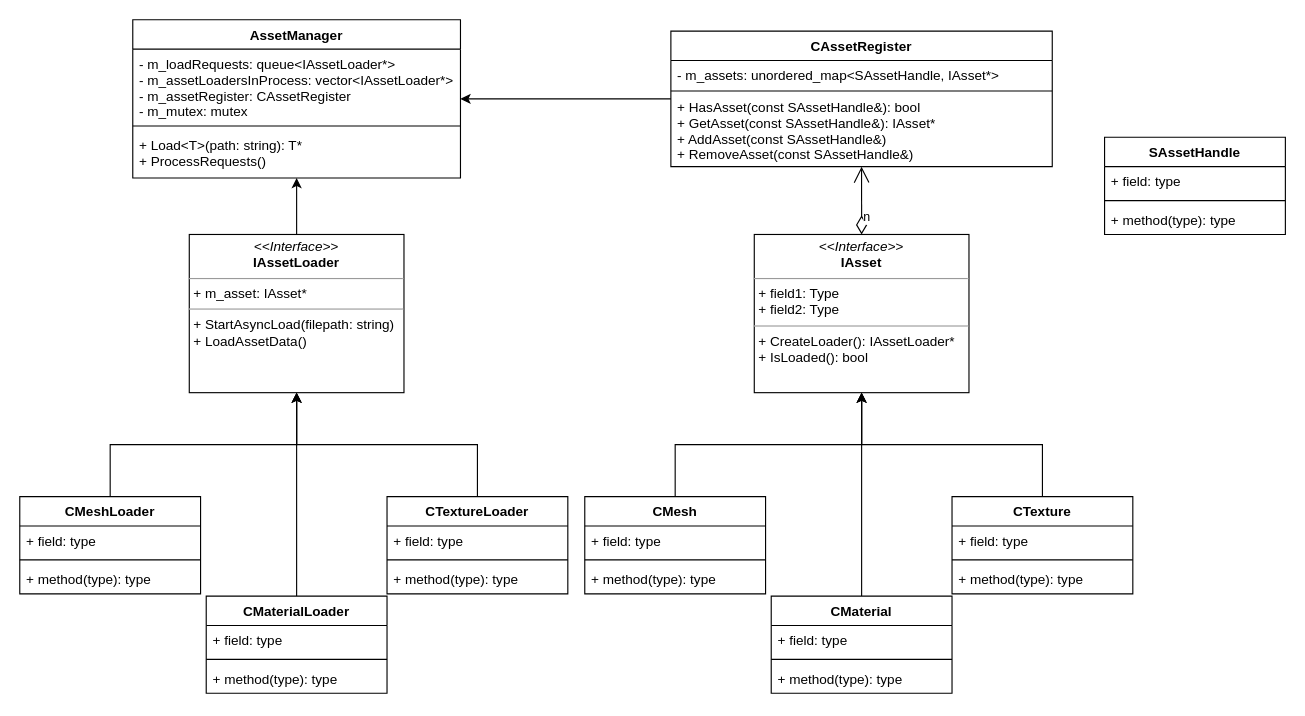
Earlier version of the draw.io diagram doc/AssetSystemDiagram.drawio (sergiodrm/GameEngine). Source tidied: cells renumbered, new cells numbered last; positions are measured from the earlier drawing's top-left corner, leaving out a move shared by most shapes. Both pictures are drawn from the tidied source at 113%, with x=0, y=0 at pixel (19, 19).
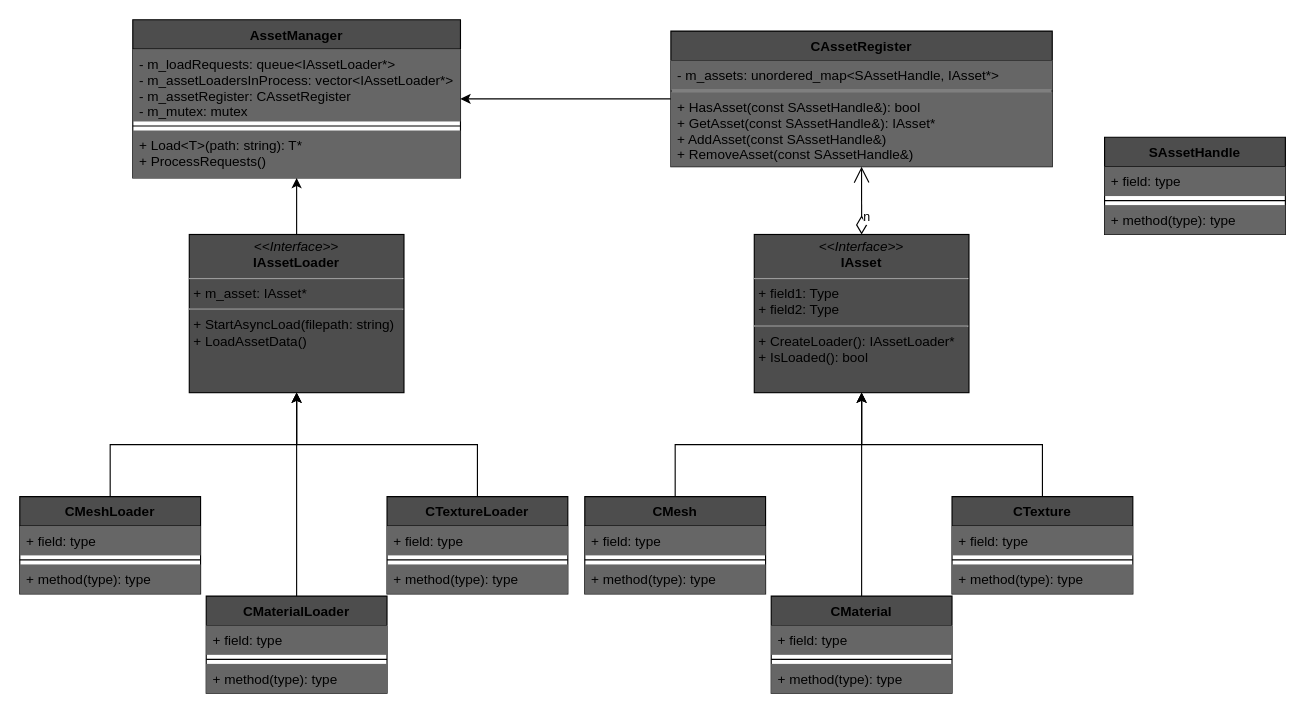
The same diagram, later.

Change to the diagram source:
```diff
@@
-    <mxCell id="2" value="AssetManager" style="swimlane;fontStyle=1;align=center;verticalAlign=top;horizontal=1;startSize=26;" parent="1" vertex="1">
+    <mxCell id="2" value="AssetManager" style="swimlane;fontStyle=1;align=center;verticalAlign=top;horizontal=1;startSize=26;fillColor=#4D4D4D;" parent="1" vertex="1">
       <mxGeometry x="100" width="290" height="140" as="geometry" />
     </mxCell>
-    <mxCell id="3" value="- m_loadRequests: queue&lt;IAssetLoader*&gt;&#10;- m_assetLoadersInProcess: vector&lt;IAssetLoader*&gt;&#10;- m_assetRegister: CAssetRegister&#10;- m_mutex: mutex" style="text;strokeColor=none;fillColor=none;align=left;verticalAlign=top;spacingLeft=4;spacingRight=4;overflow=hidden;" parent="2" vertex="1">
+    <mxCell id="3" value="- m_loadRequests: queue&lt;IAssetLoader*&gt;&#10;- m_assetLoadersInProcess: vector&lt;IAssetLoader*&gt;&#10;- m_assetRegister: CAssetRegister&#10;- m_mutex: mutex" style="text;strokeColor=none;fillColor=#666666;align=left;verticalAlign=top;spacingLeft=4;spacingRight=4;overflow=hidden;" parent="2" vertex="1">
       <mxGeometry y="26" width="290" height="64" as="geometry" />
     </mxCell>
-    <mxCell id="4" style="line;strokeWidth=1;fillColor=none;align=left;verticalAlign=middle;spacingTop=-1;spacingLeft=3;spacingRight=3;labelPosition=right;" parent="2" vertex="1">
+    <mxCell id="4" style="line;strokeWidth=1;fillColor=#666666;align=left;verticalAlign=middle;spacingTop=-1;spacingLeft=3;spacingRight=3;labelPosition=right;" parent="2" vertex="1">
       <mxGeometry y="90" width="290" height="8" as="geometry" />
     </mxCell>
-    <mxCell id="5" value="+ Load&lt;T&gt;(path: string): T*&#10;+ ProcessRequests()" style="text;strokeColor=none;fillColor=none;align=left;verticalAlign=top;spacingLeft=4;spacingRight=4;overflow=hidden;" parent="2" vertex="1">
+    <mxCell id="5" value="+ Load&lt;T&gt;(path: string): T*&#10;+ ProcessRequests()" style="text;strokeColor=none;fillColor=#666666;align=left;verticalAlign=top;spacingLeft=4;spacingRight=4;overflow=hidden;" parent="2" vertex="1">
       <mxGeometry y="98" width="290" height="42" as="geometry" />
     </mxCell>
-    <mxCell id="6" value="&lt;p style=&quot;margin: 0px ; margin-top: 4px ; text-align: center&quot;&gt;&lt;i&gt;&amp;lt;&amp;lt;Interface&amp;gt;&amp;gt;&lt;/i&gt;&lt;br&gt;&lt;b&gt;IAsset&lt;/b&gt;&lt;/p&gt;&lt;hr size=&quot;1&quot;&gt;&lt;p style=&quot;margin: 0px ; margin-left: 4px&quot;&gt;+ field1: Type&lt;br&gt;+ field2: Type&lt;/p&gt;&lt;hr size=&quot;1&quot;&gt;&lt;p style=&quot;margin: 0px ; margin-left: 4px&quot;&gt;+ CreateLoader(): IAssetLoader*&lt;/p&gt;&lt;p style=&quot;margin: 0px ; margin-left: 4px&quot;&gt;+ IsLoaded(): bool&lt;/p&gt;" style="verticalAlign=top;align=left;overflow=fill;fontSize=12;fontFamily=Helvetica;html=1;" parent="1" vertex="1">
+    <mxCell id="6" value="&lt;p style=&quot;margin: 0px ; margin-top: 4px ; text-align: center&quot;&gt;&lt;i&gt;&amp;lt;&amp;lt;Interface&amp;gt;&amp;gt;&lt;/i&gt;&lt;br&gt;&lt;b&gt;IAsset&lt;/b&gt;&lt;/p&gt;&lt;hr size=&quot;1&quot;&gt;&lt;p style=&quot;margin: 0px ; margin-left: 4px&quot;&gt;+ field1: Type&lt;br&gt;+ field2: Type&lt;/p&gt;&lt;hr size=&quot;1&quot;&gt;&lt;p style=&quot;margin: 0px ; margin-left: 4px&quot;&gt;+ CreateLoader(): IAssetLoader*&lt;/p&gt;&lt;p style=&quot;margin: 0px ; margin-left: 4px&quot;&gt;+ IsLoaded(): bool&lt;/p&gt;" style="verticalAlign=top;align=left;overflow=fill;fontSize=12;fontFamily=Helvetica;html=1;fillColor=#4D4D4D;" parent="1" vertex="1">
       <mxGeometry x="650" y="190" width="190" height="140" as="geometry" />
     </mxCell>
-    <mxCell id="7" style="edgeStyle=orthogonalEdgeStyle;rounded=0;jettySize=auto;html=1;entryX=0.5;entryY=1;entryDx=0;entryDy=0;" parent="1" edge="1" source="8" target="6">
+    <mxCell id="7" style="edgeStyle=orthogonalEdgeStyle;rounded=0;jettySize=auto;html=1;entryX=0.5;entryY=1;entryDx=0;entryDy=0;fillColor=#666666;" parent="1" edge="1" source="8" target="6">
       <mxGeometry relative="1" as="geometry" />
     </mxCell>
-    <mxCell id="8" value="CMesh" style="swimlane;fontStyle=1;align=center;verticalAlign=top;horizontal=1;startSize=26;" parent="1" vertex="1">
+    <mxCell id="8" value="CMesh" style="swimlane;fontStyle=1;align=center;verticalAlign=top;horizontal=1;startSize=26;fillColor=#4D4D4D;" parent="1" vertex="1">
       <mxGeometry x="500" y="422" width="160" height="86" as="geometry" />
     </mxCell>
-    <mxCell id="9" value="+ field: type" style="text;strokeColor=none;fillColor=none;align=left;verticalAlign=top;spacingLeft=4;spacingRight=4;overflow=hidden;" parent="8" vertex="1">
+    <mxCell id="9" value="+ field: type" style="text;strokeColor=none;fillColor=#666666;align=left;verticalAlign=top;spacingLeft=4;spacingRight=4;overflow=hidden;" parent="8" vertex="1">
       <mxGeometry y="26" width="160" height="26" as="geometry" />
     </mxCell>
-    <mxCell id="10" style="line;strokeWidth=1;fillColor=none;align=left;verticalAlign=middle;spacingTop=-1;spacingLeft=3;spacingRight=3;labelPosition=right;" parent="8" vertex="1">
+    <mxCell id="10" style="line;strokeWidth=1;fillColor=#666666;align=left;verticalAlign=middle;spacingTop=-1;spacingLeft=3;spacingRight=3;labelPosition=right;" parent="8" vertex="1">
       <mxGeometry y="52" width="160" height="8" as="geometry" />
     </mxCell>
-    <mxCell id="11" value="+ method(type): type" style="text;strokeColor=none;fillColor=none;align=left;verticalAlign=top;spacingLeft=4;spacingRight=4;overflow=hidden;" parent="8" vertex="1">
+    <mxCell id="11" value="+ method(type): type" style="text;strokeColor=none;fillColor=#666666;align=left;verticalAlign=top;spacingLeft=4;spacingRight=4;overflow=hidden;" parent="8" vertex="1">
       <mxGeometry y="60" width="160" height="26" as="geometry" />
     </mxCell>
-    <mxCell id="12" style="edgeStyle=orthogonalEdgeStyle;rounded=0;jettySize=auto;html=1;entryX=0.5;entryY=1;entryDx=0;entryDy=0;" parent="1" edge="1" source="13" target="6">
+    <mxCell id="12" style="edgeStyle=orthogonalEdgeStyle;rounded=0;jettySize=auto;html=1;entryX=0.5;entryY=1;entryDx=0;entryDy=0;fillColor=#666666;" parent="1" edge="1" source="13" target="6">
       <mxGeometry relative="1" as="geometry" />
     </mxCell>
-    <mxCell id="13" value="CTexture" style="swimlane;fontStyle=1;align=center;verticalAlign=top;horizontal=1;startSize=26;" parent="1" vertex="1">
+    <mxCell id="13" value="CTexture" style="swimlane;fontStyle=1;align=center;verticalAlign=top;horizontal=1;startSize=26;fillColor=#4D4D4D;" parent="1" vertex="1">
       <mxGeometry x="825" y="422" width="160" height="86" as="geometry" />
     </mxCell>
-    <mxCell id="14" value="+ field: type" style="text;strokeColor=none;fillColor=none;align=left;verticalAlign=top;spacingLeft=4;spacingRight=4;overflow=hidden;" parent="13" vertex="1">
+    <mxCell id="14" value="+ field: type" style="text;strokeColor=none;fillColor=#666666;align=left;verticalAlign=top;spacingLeft=4;spacingRight=4;overflow=hidden;" parent="13" vertex="1">
       <mxGeometry y="26" width="160" height="26" as="geometry" />
     </mxCell>
-    <mxCell id="15" style="line;strokeWidth=1;fillColor=none;align=left;verticalAlign=middle;spacingTop=-1;spacingLeft=3;spacingRight=3;labelPosition=right;" parent="13" vertex="1">
+    <mxCell id="15" style="line;strokeWidth=1;fillColor=#666666;align=left;verticalAlign=middle;spacingTop=-1;spacingLeft=3;spacingRight=3;labelPosition=right;" parent="13" vertex="1">
       <mxGeometry y="52" width="160" height="8" as="geometry" />
     </mxCell>
-    <mxCell id="16" value="+ method(type): type" style="text;strokeColor=none;fillColor=none;align=left;verticalAlign=top;spacingLeft=4;spacingRight=4;overflow=hidden;" parent="13" vertex="1">
+    <mxCell id="16" value="+ method(type): type" style="text;strokeColor=none;fillColor=#666666;align=left;verticalAlign=top;spacingLeft=4;spacingRight=4;overflow=hidden;" parent="13" vertex="1">
       <mxGeometry y="60" width="160" height="26" as="geometry" />
     </mxCell>
-    <mxCell id="17" style="edgeStyle=orthogonalEdgeStyle;rounded=0;jettySize=auto;html=1;entryX=0.5;entryY=1;entryDx=0;entryDy=0;" parent="1" edge="1" source="18" target="6">
+    <mxCell id="17" style="edgeStyle=orthogonalEdgeStyle;rounded=0;jettySize=auto;html=1;entryX=0.5;entryY=1;entryDx=0;entryDy=0;fillColor=#666666;" parent="1" edge="1" source="18" target="6">
       <mxGeometry relative="1" as="geometry" />
     </mxCell>
-    <mxCell id="18" value="CMaterial" style="swimlane;fontStyle=1;align=center;verticalAlign=top;horizontal=1;startSize=26;" parent="1" vertex="1">
+    <mxCell id="18" value="CMaterial" style="swimlane;fontStyle=1;align=center;verticalAlign=top;horizontal=1;startSize=26;fillColor=#4D4D4D;" parent="1" vertex="1">
       <mxGeometry x="665" y="510" width="160" height="86" as="geometry" />
     </mxCell>
-    <mxCell id="19" value="+ field: type" style="text;strokeColor=none;fillColor=none;align=left;verticalAlign=top;spacingLeft=4;spacingRight=4;overflow=hidden;" parent="18" vertex="1">
+    <mxCell id="19" value="+ field: type" style="text;strokeColor=none;fillColor=#666666;align=left;verticalAlign=top;spacingLeft=4;spacingRight=4;overflow=hidden;" parent="18" vertex="1">
       <mxGeometry y="26" width="160" height="26" as="geometry" />
     </mxCell>
-    <mxCell id="20" style="line;strokeWidth=1;fillColor=none;align=left;verticalAlign=middle;spacingTop=-1;spacingLeft=3;spacingRight=3;labelPosition=right;" parent="18" vertex="1">
+    <mxCell id="20" style="line;strokeWidth=1;fillColor=#666666;align=left;verticalAlign=middle;spacingTop=-1;spacingLeft=3;spacingRight=3;labelPosition=right;" parent="18" vertex="1">
       <mxGeometry y="52" width="160" height="8" as="geometry" />
     </mxCell>
-    <mxCell id="21" value="+ method(type): type" style="text;strokeColor=none;fillColor=none;align=left;verticalAlign=top;spacingLeft=4;spacingRight=4;overflow=hidden;" parent="18" vertex="1">
+    <mxCell id="21" value="+ method(type): type" style="text;strokeColor=none;fillColor=#666666;align=left;verticalAlign=top;spacingLeft=4;spacingRight=4;overflow=hidden;" parent="18" vertex="1">
       <mxGeometry y="60" width="160" height="26" as="geometry" />
     </mxCell>
-    <mxCell id="22" style="edgeStyle=orthogonalEdgeStyle;rounded=0;jettySize=auto;html=1;" parent="1" edge="1" source="23" target="2">
+    <mxCell id="22" style="edgeStyle=orthogonalEdgeStyle;rounded=0;jettySize=auto;html=1;fillColor=#666666;" parent="1" edge="1" source="23" target="2">
       <mxGeometry relative="1" as="geometry" />
     </mxCell>
-    <mxCell id="23" value="CAssetRegister" style="swimlane;fontStyle=1;align=center;verticalAlign=top;horizontal=1;startSize=26;" parent="1" vertex="1">
+    <mxCell id="23" value="CAssetRegister" style="swimlane;fontStyle=1;align=center;verticalAlign=top;horizontal=1;startSize=26;fillColor=#4D4D4D;" parent="1" vertex="1">
       <mxGeometry x="576.2" y="10" width="337.5" height="120" as="geometry" />
     </mxCell>
-    <mxCell id="24" value="- m_assets: unordered_map&lt;SAssetHandle, IAsset*&gt;" style="text;strokeColor=none;fillColor=none;align=left;verticalAlign=top;spacingLeft=4;spacingRight=4;overflow=hidden;" parent="23" vertex="1">
+    <mxCell id="24" value="- m_assets: unordered_map&lt;SAssetHandle, IAsset*&gt;" style="text;strokeColor=none;fillColor=#666666;align=left;verticalAlign=top;spacingLeft=4;spacingRight=4;overflow=hidden;" parent="23" vertex="1">
       <mxGeometry y="26" width="337.5" height="26" as="geometry" />
     </mxCell>
-    <mxCell id="25" style="line;strokeWidth=1;fillColor=none;align=left;verticalAlign=middle;spacingTop=-1;spacingLeft=3;spacingRight=3;labelPosition=right;" parent="23" vertex="1">
+    <mxCell id="25" style="line;strokeWidth=1;fillColor=#666666;align=left;verticalAlign=middle;spacingTop=-1;spacingLeft=3;spacingRight=3;labelPosition=right;" parent="23" vertex="1">
       <mxGeometry y="52" width="337.5" height="2" as="geometry" />
     </mxCell>
-    <mxCell id="26" value="+ HasAsset(const SAssetHandle&amp;): bool&#10;+ GetAsset(const SAssetHandle&amp;): IAsset*&#10;+ AddAsset(const SAssetHandle&amp;)&#10;+ RemoveAsset(const SAssetHandle&amp;)" style="text;strokeColor=none;fillColor=none;align=left;verticalAlign=top;spacingLeft=4;spacingRight=4;overflow=hidden;" parent="23" vertex="1">
+    <mxCell id="26" value="+ HasAsset(const SAssetHandle&amp;): bool&#10;+ GetAsset(const SAssetHandle&amp;): IAsset*&#10;+ AddAsset(const SAssetHandle&amp;)&#10;+ RemoveAsset(const SAssetHandle&amp;)" style="text;strokeColor=none;fillColor=#666666;align=left;verticalAlign=top;spacingLeft=4;spacingRight=4;overflow=hidden;" parent="23" vertex="1">
       <mxGeometry y="54" width="337.5" height="66" as="geometry" />
     </mxCell>
-    <mxCell id="27" value="n" style="endArrow=open;html=1;endSize=12;startArrow=diamondThin;startSize=14;startFill=0;edgeStyle=orthogonalEdgeStyle;align=left;verticalAlign=bottom;exitX=0.5;exitY=0;exitDx=0;exitDy=0;entryX=0.5;entryY=1;entryDx=0;entryDy=0;" parent="1" edge="1" source="6" target="23">
+    <mxCell id="27" value="n" style="endArrow=open;html=1;endSize=12;startArrow=diamondThin;startSize=14;startFill=0;edgeStyle=orthogonalEdgeStyle;align=left;verticalAlign=bottom;exitX=0.5;exitY=0;exitDx=0;exitDy=0;entryX=0.5;entryY=1;entryDx=0;entryDy=0;fillColor=#666666;" parent="1" edge="1" source="6" target="23">
       <mxGeometry x="-0.81" relative="1" as="geometry" />
     </mxCell>
-    <mxCell id="28" style="edgeStyle=orthogonalEdgeStyle;rounded=0;jettySize=auto;html=1;" parent="1" edge="1" source="29" target="2">
+    <mxCell id="28" style="edgeStyle=orthogonalEdgeStyle;rounded=0;jettySize=auto;html=1;fillColor=#666666;" parent="1" edge="1" source="29" target="2">
       <mxGeometry relative="1" as="geometry" />
     </mxCell>
-    <mxCell id="29" value="&lt;p style=&quot;margin: 0px ; margin-top: 4px ; text-align: center&quot;&gt;&lt;i&gt;&amp;lt;&amp;lt;Interface&amp;gt;&amp;gt;&lt;/i&gt;&lt;br&gt;&lt;b&gt;IAssetLoader&lt;/b&gt;&lt;/p&gt;&lt;hr size=&quot;1&quot;&gt;&lt;p style=&quot;margin: 0px ; margin-left: 4px&quot;&gt;+ m_asset: IAsset*&lt;br&gt;&lt;/p&gt;&lt;hr size=&quot;1&quot;&gt;&lt;p style=&quot;margin: 0px ; margin-left: 4px&quot;&gt;+ StartAsyncLoad(filepath: string)&lt;br&gt;&lt;/p&gt;&lt;p style=&quot;margin: 0px ; margin-left: 4px&quot;&gt;+ LoadAssetData()&lt;/p&gt;" style="verticalAlign=top;align=left;overflow=fill;fontSize=12;fontFamily=Helvetica;html=1;" parent="1" vertex="1">
+    <mxCell id="29" value="&lt;p style=&quot;margin: 0px ; margin-top: 4px ; text-align: center&quot;&gt;&lt;i&gt;&amp;lt;&amp;lt;Interface&amp;gt;&amp;gt;&lt;/i&gt;&lt;br&gt;&lt;b&gt;IAssetLoader&lt;/b&gt;&lt;/p&gt;&lt;hr size=&quot;1&quot;&gt;&lt;p style=&quot;margin: 0px ; margin-left: 4px&quot;&gt;+ m_asset: IAsset*&lt;br&gt;&lt;/p&gt;&lt;hr size=&quot;1&quot;&gt;&lt;p style=&quot;margin: 0px ; margin-left: 4px&quot;&gt;+ StartAsyncLoad(filepath: string)&lt;br&gt;&lt;/p&gt;&lt;p style=&quot;margin: 0px ; margin-left: 4px&quot;&gt;+ LoadAssetData()&lt;/p&gt;" style="verticalAlign=top;align=left;overflow=fill;fontSize=12;fontFamily=Helvetica;html=1;fillColor=#4D4D4D;" parent="1" vertex="1">
       <mxGeometry x="150" y="190" width="190" height="140" as="geometry" />
     </mxCell>
-    <mxCell id="30" style="edgeStyle=orthogonalEdgeStyle;rounded=0;jettySize=auto;html=1;" parent="1" edge="1" source="31" target="29">
+    <mxCell id="30" style="edgeStyle=orthogonalEdgeStyle;rounded=0;jettySize=auto;html=1;fillColor=#666666;" parent="1" edge="1" source="31" target="29">
       <mxGeometry relative="1" as="geometry" />
     </mxCell>
-    <mxCell id="31" value="CMeshLoader" style="swimlane;fontStyle=1;align=center;verticalAlign=top;horizontal=1;startSize=26;" parent="1" vertex="1">
+    <mxCell id="31" value="CMeshLoader" style="swimlane;fontStyle=1;align=center;verticalAlign=top;horizontal=1;startSize=26;fillColor=#4D4D4D;" parent="1" vertex="1">
       <mxGeometry y="422" width="160" height="86" as="geometry" />
     </mxCell>
-    <mxCell id="32" value="+ field: type" style="text;strokeColor=none;fillColor=none;align=left;verticalAlign=top;spacingLeft=4;spacingRight=4;overflow=hidden;" parent="31" vertex="1">
+    <mxCell id="32" value="+ field: type" style="text;strokeColor=none;fillColor=#666666;align=left;verticalAlign=top;spacingLeft=4;spacingRight=4;overflow=hidden;" parent="31" vertex="1">
       <mxGeometry y="26" width="160" height="26" as="geometry" />
     </mxCell>
-    <mxCell id="33" style="line;strokeWidth=1;fillColor=none;align=left;verticalAlign=middle;spacingTop=-1;spacingLeft=3;spacingRight=3;labelPosition=right;" parent="31" vertex="1">
+    <mxCell id="33" style="line;strokeWidth=1;fillColor=#666666;align=left;verticalAlign=middle;spacingTop=-1;spacingLeft=3;spacingRight=3;labelPosition=right;" parent="31" vertex="1">
       <mxGeometry y="52" width="160" height="8" as="geometry" />
     </mxCell>
-    <mxCell id="34" value="+ method(type): type" style="text;strokeColor=none;fillColor=none;align=left;verticalAlign=top;spacingLeft=4;spacingRight=4;overflow=hidden;" parent="31" vertex="1">
+    <mxCell id="34" value="+ method(type): type" style="text;strokeColor=none;fillColor=#666666;align=left;verticalAlign=top;spacingLeft=4;spacingRight=4;overflow=hidden;" parent="31" vertex="1">
       <mxGeometry y="60" width="160" height="26" as="geometry" />
     </mxCell>
-    <mxCell id="35" style="edgeStyle=orthogonalEdgeStyle;rounded=0;jettySize=auto;html=1;" parent="1" edge="1" source="36" target="29">
+    <mxCell id="35" style="edgeStyle=orthogonalEdgeStyle;rounded=0;jettySize=auto;html=1;fillColor=#666666;" parent="1" edge="1" source="36" target="29">
       <mxGeometry relative="1" as="geometry" />
     </mxCell>
-    <mxCell id="36" value="CTextureLoader" style="swimlane;fontStyle=1;align=center;verticalAlign=top;horizontal=1;startSize=26;" parent="1" vertex="1">
+    <mxCell id="36" value="CTextureLoader" style="swimlane;fontStyle=1;align=center;verticalAlign=top;horizontal=1;startSize=26;fillColor=#4D4D4D;" parent="1" vertex="1">
       <mxGeometry x="325" y="422" width="160" height="86" as="geometry" />
     </mxCell>
-    <mxCell id="37" value="+ field: type" style="text;strokeColor=none;fillColor=none;align=left;verticalAlign=top;spacingLeft=4;spacingRight=4;overflow=hidden;" parent="36" vertex="1">
+    <mxCell id="37" value="+ field: type" style="text;strokeColor=none;fillColor=#666666;align=left;verticalAlign=top;spacingLeft=4;spacingRight=4;overflow=hidden;" parent="36" vertex="1">
       <mxGeometry y="26" width="160" height="26" as="geometry" />
     </mxCell>
-    <mxCell id="38" style="line;strokeWidth=1;fillColor=none;align=left;verticalAlign=middle;spacingTop=-1;spacingLeft=3;spacingRight=3;labelPosition=right;" parent="36" vertex="1">
+    <mxCell id="38" style="line;strokeWidth=1;fillColor=#666666;align=left;verticalAlign=middle;spacingTop=-1;spacingLeft=3;spacingRight=3;labelPosition=right;" parent="36" vertex="1">
       <mxGeometry y="52" width="160" height="8" as="geometry" />
     </mxCell>
-    <mxCell id="39" value="+ method(type): type" style="text;strokeColor=none;fillColor=none;align=left;verticalAlign=top;spacingLeft=4;spacingRight=4;overflow=hidden;" parent="36" vertex="1">
+    <mxCell id="39" value="+ method(type): type" style="text;strokeColor=none;fillColor=#666666;align=left;verticalAlign=top;spacingLeft=4;spacingRight=4;overflow=hidden;" parent="36" vertex="1">
       <mxGeometry y="60" width="160" height="26" as="geometry" />
     </mxCell>
-    <mxCell id="40" style="edgeStyle=orthogonalEdgeStyle;rounded=0;jettySize=auto;html=1;" parent="1" edge="1" source="41" target="29">
+    <mxCell id="40" style="edgeStyle=orthogonalEdgeStyle;rounded=0;jettySize=auto;html=1;fillColor=#666666;" parent="1" edge="1" source="41" target="29">
       <mxGeometry relative="1" as="geometry" />
     </mxCell>
-    <mxCell id="41" value="CMaterialLoader" style="swimlane;fontStyle=1;align=center;verticalAlign=top;horizontal=1;startSize=26;" parent="1" vertex="1">
+    <mxCell id="41" value="CMaterialLoader" style="swimlane;fontStyle=1;align=center;verticalAlign=top;horizontal=1;startSize=26;fillColor=#4D4D4D;" parent="1" vertex="1">
       <mxGeometry x="165" y="510" width="160" height="86" as="geometry" />
     </mxCell>
-    <mxCell id="42" value="+ field: type" style="text;strokeColor=none;fillColor=none;align=left;verticalAlign=top;spacingLeft=4;spacingRight=4;overflow=hidden;" parent="41" vertex="1">
+    <mxCell id="42" value="+ field: type" style="text;strokeColor=none;fillColor=#666666;align=left;verticalAlign=top;spacingLeft=4;spacingRight=4;overflow=hidden;" parent="41" vertex="1">
       <mxGeometry y="26" width="160" height="26" as="geometry" />
     </mxCell>
-    <mxCell id="43" style="line;strokeWidth=1;fillColor=none;align=left;verticalAlign=middle;spacingTop=-1;spacingLeft=3;spacingRight=3;labelPosition=right;" parent="41" vertex="1">
+    <mxCell id="43" style="line;strokeWidth=1;fillColor=#666666;align=left;verticalAlign=middle;spacingTop=-1;spacingLeft=3;spacingRight=3;labelPosition=right;" parent="41" vertex="1">
       <mxGeometry y="52" width="160" height="8" as="geometry" />
     </mxCell>
-    <mxCell id="44" value="+ method(type): type" style="text;strokeColor=none;fillColor=none;align=left;verticalAlign=top;spacingLeft=4;spacingRight=4;overflow=hidden;" parent="41" vertex="1">
+    <mxCell id="44" value="+ method(type): type" style="text;strokeColor=none;fillColor=#666666;align=left;verticalAlign=top;spacingLeft=4;spacingRight=4;overflow=hidden;" parent="41" vertex="1">
       <mxGeometry y="60" width="160" height="26" as="geometry" />
     </mxCell>
-    <mxCell id="45" value="SAssetHandle" style="swimlane;fontStyle=1;align=center;verticalAlign=top;horizontal=1;startSize=26;" parent="1" vertex="1">
+    <mxCell id="45" value="SAssetHandle" style="swimlane;fontStyle=1;align=center;verticalAlign=top;horizontal=1;startSize=26;fillColor=#4D4D4D;" parent="1" vertex="1">
       <mxGeometry x="960" y="104" width="160" height="86" as="geometry" />
     </mxCell>
-    <mxCell id="46" value="+ field: type" style="text;strokeColor=none;fillColor=none;align=left;verticalAlign=top;spacingLeft=4;spacingRight=4;overflow=hidden;" parent="45" vertex="1">
+    <mxCell id="46" value="+ field: type" style="text;strokeColor=none;fillColor=#666666;align=left;verticalAlign=top;spacingLeft=4;spacingRight=4;overflow=hidden;" parent="45" vertex="1">
       <mxGeometry y="26" width="160" height="26" as="geometry" />
     </mxCell>
-    <mxCell id="47" style="line;strokeWidth=1;fillColor=none;align=left;verticalAlign=middle;spacingTop=-1;spacingLeft=3;spacingRight=3;labelPosition=right;" parent="45" vertex="1">
+    <mxCell id="47" style="line;strokeWidth=1;fillColor=#666666;align=left;verticalAlign=middle;spacingTop=-1;spacingLeft=3;spacingRight=3;labelPosition=right;" parent="45" vertex="1">
       <mxGeometry y="52" width="160" height="8" as="geometry" />
     </mxCell>
-    <mxCell id="48" value="+ method(type): type" style="text;strokeColor=none;fillColor=none;align=left;verticalAlign=top;spacingLeft=4;spacingRight=4;overflow=hidden;" parent="45" vertex="1">
+    <mxCell id="48" value="+ method(type): type" style="text;strokeColor=none;fillColor=#666666;align=left;verticalAlign=top;spacingLeft=4;spacingRight=4;overflow=hidden;" parent="45" vertex="1">
       <mxGeometry y="60" width="160" height="26" as="geometry" />
     </mxCell>
```
